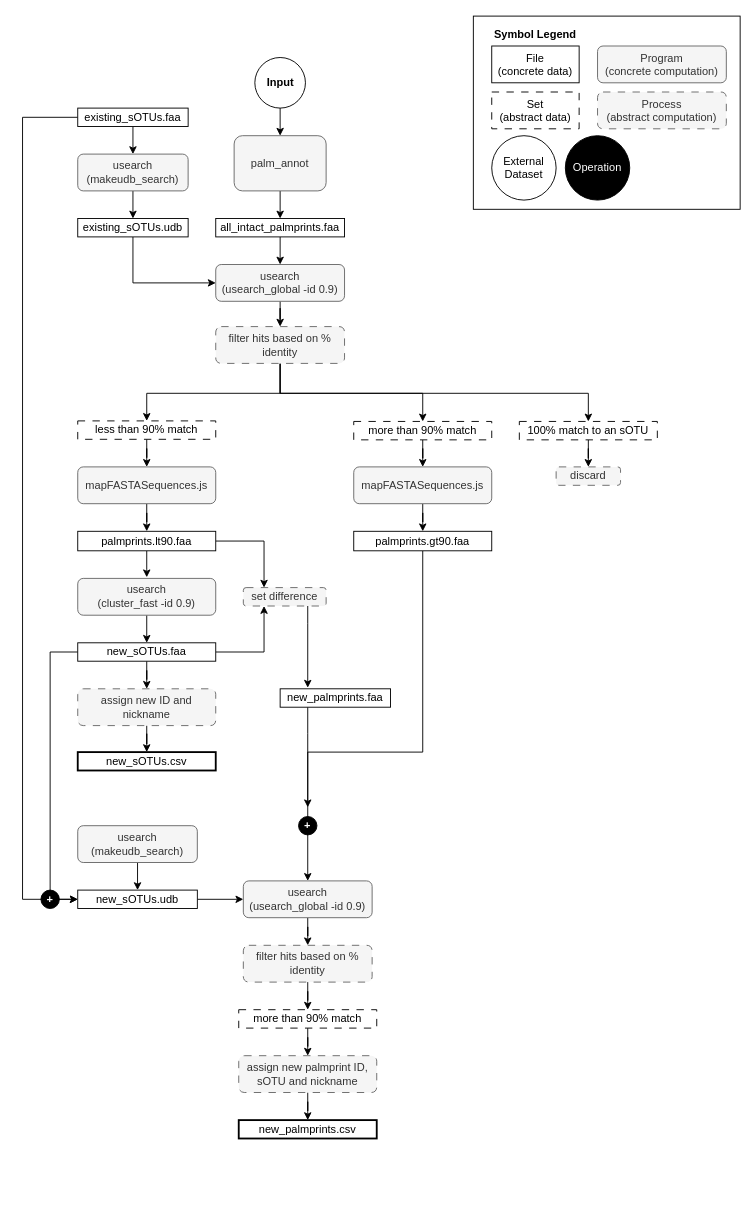
serratus-bio/logan-backend keeps this draw.io diagram as script/palmdb/sOTU Assigment Workflow.drawio. Above is the earlier version. Source tidied: cells renumbered, new cells numbered last; positions are measured from the earlier drawing's top-left corner, leaving out a move shared by most shapes. Both pictures are drawn from the tidied source at 92%, with x=0, y=0 at pixel (22, 16).
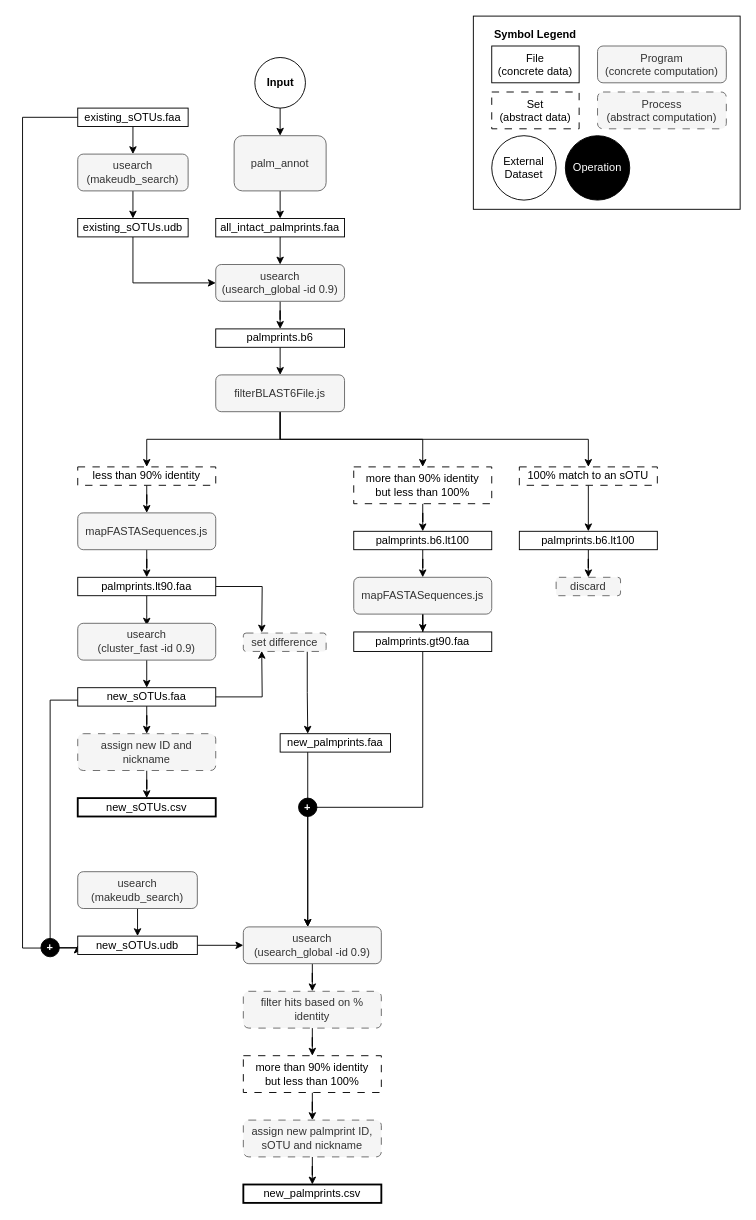
The same diagram, later.

The change refers to these unchanged cells:
```xml
<mxCell id="11" value="&lt;div&gt;existing_sOTUs.faa&lt;/div&gt;" style="rounded=0;whiteSpace=wrap;html=1;" parent="1" vertex="1">
  <mxGeometry x="60" y="100" width="120" height="20" as="geometry" />
</mxCell>
<mxCell id="17" value="&lt;div&gt;usearch&lt;/div&gt;&lt;div&gt;(usearch_global -id 0.9)&lt;br&gt;&lt;/div&gt;" style="rounded=1;whiteSpace=wrap;html=1;fillColor=#f5f5f5;strokeColor=#666666;fontColor=#333333;" parent="1" vertex="1">
  <mxGeometry x="210" y="270" width="140" height="40" as="geometry" />
</mxCell>
```

What changed in the source:
```diff
@@
     <mxCell id="10" style="edgeStyle=orthogonalEdgeStyle;rounded=0;jettySize=auto;html=1;entryX=0;entryY=0.5;entryDx=0;entryDy=0;" parent="1" edge="1" source="11" target="58">
       <mxGeometry relative="1" as="geometry">
         <Array as="points">
           <mxPoint y="110" />
-          <mxPoint y="960" />
+          <mxPoint y="1013" />
+          <mxPoint x="60" y="1013" />
         </Array>
       </mxGeometry>
     </mxCell>
@@
-    <mxCell id="16" style="edgeStyle=orthogonalEdgeStyle;rounded=0;jettySize=auto;html=1;entryX=0.5;entryY=0;entryDx=0;entryDy=0;" parent="1" edge="1" source="17" target="29">
-      <mxGeometry relative="1" as="geometry" />
-    </mxCell>
+    <mxCell id="73" style="edgeStyle=orthogonalEdgeStyle;rounded=0;jettySize=auto;html=1;entryX=0.5;entryY=0;entryDx=0;entryDy=0;" parent="1" edge="1" source="17" target="80">
+      <mxGeometry relative="1" as="geometry" />
+    </mxCell>
@@
-    <mxCell id="25" value="&lt;div&gt;&lt;span style=&quot;background-color: initial;&quot;&gt;less than 90% match&lt;/span&gt;&lt;br&gt;&lt;/div&gt;" style="rounded=0;whiteSpace=wrap;html=1;dashed=1;dashPattern=8 8;" parent="1" vertex="1">
-      <mxGeometry x="60" y="440" width="150" height="20" as="geometry" />
+    <mxCell id="25" value="&lt;div&gt;&lt;span style=&quot;background-color: initial;&quot;&gt;less than 90% identity&lt;/span&gt;&lt;br&gt;&lt;/div&gt;" style="rounded=0;whiteSpace=wrap;html=1;dashed=1;dashPattern=8 8;" parent="1" vertex="1">
+      <mxGeometry x="60" y="490" width="150" height="20" as="geometry" />
     </mxCell>
-    <mxCell id="26" style="edgeStyle=orthogonalEdgeStyle;rounded=0;jettySize=auto;html=1;entryX=0.5;entryY=0;entryDx=0;entryDy=0;" parent="1" edge="1" source="29" target="25">
+    <mxCell id="26" style="edgeStyle=orthogonalEdgeStyle;rounded=0;jettySize=auto;html=1;entryX=0.5;entryY=0;entryDx=0;entryDy=0;" parent="1" edge="1" target="25">
       <mxGeometry relative="1" as="geometry">
+        <mxPoint x="280" y="430" as="sourcePoint" />
         <Array as="points">
-          <mxPoint x="280" y="410" />
-          <mxPoint x="135" y="410" />
+          <mxPoint x="280" y="460" />
+          <mxPoint x="135" y="460" />
         </Array>
       </mxGeometry>
     </mxCell>
-    <mxCell id="27" style="edgeStyle=orthogonalEdgeStyle;rounded=0;jettySize=auto;html=1;entryX=0.5;entryY=0;entryDx=0;entryDy=0;" parent="1" edge="1" source="29" target="44">
+    <mxCell id="27" style="edgeStyle=orthogonalEdgeStyle;rounded=0;jettySize=auto;html=1;entryX=0.5;entryY=0;entryDx=0;entryDy=0;" parent="1" edge="1" target="44">
       <mxGeometry relative="1" as="geometry">
+        <mxPoint x="280" y="430" as="sourcePoint" />
         <Array as="points">
-          <mxPoint x="280" y="410" />
-          <mxPoint x="435" y="410" />
+          <mxPoint x="280" y="460" />
+          <mxPoint x="435" y="460" />
         </Array>
       </mxGeometry>
     </mxCell>
-    <mxCell id="28" style="edgeStyle=orthogonalEdgeStyle;rounded=0;jettySize=auto;html=1;entryX=0.5;entryY=0;entryDx=0;entryDy=0;" parent="1" edge="1" source="29" target="50">
+    <mxCell id="28" style="edgeStyle=orthogonalEdgeStyle;rounded=0;jettySize=auto;html=1;entryX=0.5;entryY=0;entryDx=0;entryDy=0;" parent="1" edge="1" target="50">
       <mxGeometry relative="1" as="geometry">
+        <mxPoint x="280" y="430" as="sourcePoint" />
         <Array as="points">
-          <mxPoint x="280" y="410" />
-          <mxPoint x="615" y="410" />
+          <mxPoint x="280" y="460" />
+          <mxPoint x="615" y="460" />
         </Array>
       </mxGeometry>
     </mxCell>
-    <mxCell id="29" value="filter hits based on % identity" style="rounded=1;whiteSpace=wrap;html=1;fillColor=#f5f5f5;strokeColor=#666666;fontColor=#333333;dashed=1;dashPattern=8 8;" parent="1" vertex="1">
-      <mxGeometry x="210" y="337.5" width="140" height="40" as="geometry" />
-    </mxCell>
@@
     <mxCell id="31" value="mapFASTASequences.js" style="rounded=1;whiteSpace=wrap;html=1;fillColor=#f5f5f5;strokeColor=#666666;fontColor=#333333;" parent="1" vertex="1">
-      <mxGeometry x="60" y="490" width="150" height="40" as="geometry" />
+      <mxGeometry x="60" y="540" width="150" height="40" as="geometry" />
     </mxCell>
-    <mxCell id="32" style="edgeStyle=orthogonalEdgeStyle;rounded=0;jettySize=auto;html=1;entryX=0.25;entryY=0;entryDx=0;entryDy=0;" parent="1" edge="1" source="34" target="52">
-      <mxGeometry relative="1" as="geometry" />
-    </mxCell>
     <mxCell id="33" style="edgeStyle=orthogonalEdgeStyle;rounded=0;jettySize=auto;html=1;" parent="1" edge="1" source="34">
       <mxGeometry relative="1" as="geometry">
-        <mxPoint x="135" y="610" as="targetPoint" />
+        <mxPoint x="135" y="662.5" as="targetPoint" />
       </mxGeometry>
     </mxCell>
+    <mxCell id="74" style="edgeStyle=orthogonalEdgeStyle;rounded=0;jettySize=auto;html=1;" parent="1" edge="1" source="34">
+      <mxGeometry relative="1" as="geometry">
+        <mxPoint x="260" y="670" as="targetPoint" />
+      </mxGeometry>
+    </mxCell>
     <mxCell id="34" value="&lt;div&gt;palmprints.lt90.faa&lt;/div&gt;" style="rounded=0;whiteSpace=wrap;html=1;" parent="1" vertex="1">
-      <mxGeometry x="60" y="560" width="150" height="21.2" as="geometry" />
+      <mxGeometry x="60" y="610" width="150" height="20" as="geometry" />
     </mxCell>
@@
     <mxCell id="36" value="&lt;div&gt;usearch&lt;/div&gt;&lt;div&gt;(cluster_fast -id 0.9)&lt;br&gt;&lt;/div&gt;" style="rounded=1;whiteSpace=wrap;html=1;fillColor=#f5f5f5;strokeColor=#666666;fontColor=#333333;" parent="1" vertex="1">
-      <mxGeometry x="60" y="611.2" width="150" height="40" as="geometry" />
+      <mxGeometry x="60" y="660" width="150" height="40" as="geometry" />
     </mxCell>
@@
-    <mxCell id="38" style="edgeStyle=orthogonalEdgeStyle;rounded=0;jettySize=auto;html=1;entryX=0.25;entryY=1;entryDx=0;entryDy=0;" parent="1" edge="1" source="40" target="52">
-      <mxGeometry relative="1" as="geometry" />
-    </mxCell>
     <mxCell id="39" style="edgeStyle=orthogonalEdgeStyle;rounded=0;jettySize=auto;html=1;entryX=0;entryY=0.5;entryDx=0;entryDy=0;" parent="1" edge="1" source="40" target="58">
       <mxGeometry relative="1" as="geometry">
         <Array as="points">
-          <mxPoint x="30" y="691" />
-          <mxPoint x="30" y="960" />
+          <mxPoint x="30" y="743.5" />
+          <mxPoint x="30" y="1012.5" />
         </Array>
       </mxGeometry>
     </mxCell>
     <mxCell id="40" value="&lt;div&gt;new_sOTUs.faa&lt;/div&gt;" style="rounded=0;whiteSpace=wrap;html=1;" parent="1" vertex="1">
-      <mxGeometry x="60" y="681.2" width="150" height="20" as="geometry" />
+      <mxGeometry x="60" y="730" width="150" height="20" as="geometry" />
     </mxCell>
@@
     <mxCell id="42" value="assign new ID and nickname" style="rounded=1;whiteSpace=wrap;html=1;fillColor=#f5f5f5;strokeColor=#666666;fontColor=#333333;dashed=1;dashPattern=8 8;" parent="1" vertex="1">
-      <mxGeometry x="60" y="731.2" width="150" height="40" as="geometry" />
+      <mxGeometry x="60" y="780" width="150" height="40" as="geometry" />
     </mxCell>
-    <mxCell id="43" style="edgeStyle=orthogonalEdgeStyle;rounded=0;jettySize=auto;html=1;entryX=0.5;entryY=0;entryDx=0;entryDy=0;" parent="1" edge="1" source="44" target="46">
-      <mxGeometry relative="1" as="geometry" />
-    </mxCell>
+    <mxCell id="75" style="edgeStyle=orthogonalEdgeStyle;rounded=0;jettySize=auto;html=1;entryX=0.5;entryY=0;entryDx=0;entryDy=0;" parent="1" edge="1" source="44" target="83">
+      <mxGeometry relative="1" as="geometry" />
+    </mxCell>
-    <mxCell id="44" value="&lt;div&gt;&lt;span style=&quot;background-color: initial;&quot;&gt;more than 90% match&lt;/span&gt;&lt;br&gt;&lt;/div&gt;" style="rounded=0;whiteSpace=wrap;html=1;dashed=1;dashPattern=8 8;" parent="1" vertex="1">
-      <mxGeometry x="360" y="440.6" width="150" height="20" as="geometry" />
+    <mxCell id="44" value="&lt;div&gt;&lt;span style=&quot;background-color: initial;&quot;&gt;more than 90% identity&lt;/span&gt;&lt;br&gt;&lt;/div&gt;&lt;div&gt;&lt;span style=&quot;background-color: initial;&quot;&gt;but less than 100%&lt;/span&gt;&lt;/div&gt;" style="rounded=0;whiteSpace=wrap;html=1;dashed=1;dashPattern=8 8;" parent="1" vertex="1">
+      <mxGeometry x="360" y="490" width="150" height="40" as="geometry" />
     </mxCell>
@@
     <mxCell id="46" value="mapFASTASequences.js" style="rounded=1;whiteSpace=wrap;html=1;fillColor=#f5f5f5;strokeColor=#666666;fontColor=#333333;" parent="1" vertex="1">
-      <mxGeometry x="360" y="490" width="150" height="40" as="geometry" />
+      <mxGeometry x="360" y="610" width="150" height="40" as="geometry" />
     </mxCell>
-    <mxCell id="47" style="edgeStyle=orthogonalEdgeStyle;rounded=0;jettySize=auto;html=1;" parent="1" edge="1" source="48">
-      <mxGeometry relative="1" as="geometry">
-        <mxPoint x="310" y="860" as="targetPoint" />
-        <Array as="points">
-          <mxPoint x="435" y="800" />
-          <mxPoint x="310" y="800" />
-        </Array>
-      </mxGeometry>
-    </mxCell>
+    <mxCell id="76" style="edgeStyle=orthogonalEdgeStyle;rounded=0;jettySize=auto;html=1;" parent="1" edge="1" source="48">
+      <mxGeometry relative="1" as="geometry">
+        <mxPoint x="310" y="990" as="targetPoint" />
+        <Array as="points">
+          <mxPoint x="435" y="860" />
+          <mxPoint x="310" y="860" />
+        </Array>
+      </mxGeometry>
+    </mxCell>
     <mxCell id="48" value="&lt;div&gt;palmprints.gt90.faa&lt;/div&gt;" style="rounded=0;whiteSpace=wrap;html=1;" parent="1" vertex="1">
-      <mxGeometry x="360" y="560" width="150" height="21.2" as="geometry" />
+      <mxGeometry x="360" y="669.4" width="150" height="21.2" as="geometry" />
     </mxCell>
-    <mxCell id="49" style="edgeStyle=orthogonalEdgeStyle;rounded=0;jettySize=auto;html=1;entryX=0.5;entryY=0;entryDx=0;entryDy=0;" parent="1" edge="1" source="50" target="51">
-      <mxGeometry relative="1" as="geometry" />
-    </mxCell>
+    <mxCell id="77" style="edgeStyle=orthogonalEdgeStyle;rounded=0;jettySize=auto;html=1;entryX=0.5;entryY=0;entryDx=0;entryDy=0;" parent="1" edge="1" source="50" target="85">
+      <mxGeometry relative="1" as="geometry" />
+    </mxCell>
     <mxCell id="50" value="&lt;div&gt;&lt;span style=&quot;background-color: initial;&quot;&gt;100% match to an sOTU&lt;/span&gt;&lt;br&gt;&lt;/div&gt;" style="rounded=0;whiteSpace=wrap;html=1;dashed=1;dashPattern=8 8;" parent="1" vertex="1">
-      <mxGeometry x="540" y="440.6" width="150" height="20" as="geometry" />
+      <mxGeometry x="540" y="490" width="150" height="20" as="geometry" />
     </mxCell>
     <mxCell id="51" value="discard" style="rounded=1;whiteSpace=wrap;html=1;fillColor=#f5f5f5;strokeColor=#666666;fontColor=#333333;dashed=1;dashPattern=8 8;" parent="1" vertex="1">
-      <mxGeometry x="580" y="490" width="70" height="20" as="geometry" />
+      <mxGeometry x="580" y="610" width="70" height="20" as="geometry" />
     </mxCell>
+    <mxCell id="78" style="edgeStyle=orthogonalEdgeStyle;rounded=0;jettySize=auto;html=1;exitX=0.772;exitY=1.006;exitDx=0;exitDy=0;entryX=0.25;entryY=0;entryDx=0;entryDy=0;exitPerimeter=0;" parent="1" edge="1" source="52" target="54">
+      <mxGeometry relative="1" as="geometry" />
+    </mxCell>
     <mxCell id="52" value="set difference" style="rounded=1;whiteSpace=wrap;html=1;fillColor=#f5f5f5;strokeColor=#666666;fontColor=#333333;dashed=1;dashPattern=8 8;" parent="1" vertex="1">
-      <mxGeometry x="240" y="621.2" width="90" height="20" as="geometry" />
+      <mxGeometry x="240" y="670.6" width="90" height="20" as="geometry" />
     </mxCell>
     <mxCell id="53" style="edgeStyle=orthogonalEdgeStyle;rounded=0;jettySize=auto;html=1;" parent="1" edge="1" source="54" target="62">
       <mxGeometry relative="1" as="geometry">
         <Array as="points">
-          <mxPoint x="310" y="780" />
-          <mxPoint x="310" y="780" />
+          <mxPoint x="310" y="832.5" />
+          <mxPoint x="310" y="832.5" />
         </Array>
       </mxGeometry>
     </mxCell>
     <mxCell id="54" value="&lt;div&gt;new_palmprints.faa&lt;/div&gt;" style="rounded=0;whiteSpace=wrap;html=1;" parent="1" vertex="1">
-      <mxGeometry x="280" y="731.2" width="120" height="20" as="geometry" />
+      <mxGeometry x="280" y="780" width="120" height="20" as="geometry" />
     </mxCell>
@@
     <mxCell id="56" value="&lt;div&gt;usearch&lt;/div&gt;&lt;div&gt;(makeudb_search)&lt;br&gt;&lt;/div&gt;" style="rounded=1;whiteSpace=wrap;html=1;fillColor=#f5f5f5;strokeColor=#666666;fontColor=#333333;" parent="1" vertex="1">
-      <mxGeometry x="60" y="880" width="130" height="40" as="geometry" />
+      <mxGeometry x="60" y="930" width="130" height="40" as="geometry" />
     </mxCell>
@@
     <mxCell id="58" value="&lt;div&gt;new_sOTUs.udb&lt;/div&gt;" style="rounded=0;whiteSpace=wrap;html=1;" parent="1" vertex="1">
-      <mxGeometry x="60" y="950" width="130" height="20" as="geometry" />
+      <mxGeometry x="60" y="1000" width="130" height="20" as="geometry" />
     </mxCell>
@@
     <mxCell id="60" value="&lt;b&gt;+&lt;/b&gt;" style="ellipse;whiteSpace=wrap;html=1;fillStyle=auto;fillColor=#000000;fontColor=#FFFFFF;" parent="1" vertex="1">
-      <mxGeometry x="20" y="950" width="20" height="20" as="geometry" />
+      <mxGeometry x="20" y="1002.5" width="20" height="20" as="geometry" />
     </mxCell>
@@
     <mxCell id="62" value="&lt;div&gt;usearch&lt;/div&gt;&lt;div&gt;(usearch_global -id 0.9)&lt;br&gt;&lt;/div&gt;" style="rounded=1;whiteSpace=wrap;html=1;fillColor=#f5f5f5;strokeColor=#666666;fontColor=#333333;" parent="1" vertex="1">
-      <mxGeometry x="240" y="940" width="140" height="40" as="geometry" />
+      <mxGeometry x="240" y="990" width="150" height="40" as="geometry" />
     </mxCell>
     <mxCell id="63" value="&lt;b&gt;+&lt;/b&gt;" style="ellipse;whiteSpace=wrap;html=1;fillStyle=auto;fillColor=#000000;fontColor=#FFFFFF;" parent="1" vertex="1">
-      <mxGeometry x="300" y="870" width="20" height="20" as="geometry" />
+      <mxGeometry x="300" y="850" width="20" height="20" as="geometry" />
     </mxCell>
-    <mxCell id="64" style="edgeStyle=orthogonalEdgeStyle;rounded=0;jettySize=auto;html=1;" parent="1" edge="1" source="52">
-      <mxGeometry relative="1" as="geometry">
-        <mxPoint x="310" y="730" as="targetPoint" />
-        <Array as="points">
-          <mxPoint x="310" y="660" />
-          <mxPoint x="310" y="660" />
-        </Array>
-      </mxGeometry>
-    </mxCell>
@@
     <mxCell id="66" value="filter hits based on % identity" style="rounded=1;whiteSpace=wrap;html=1;fillColor=#f5f5f5;strokeColor=#666666;fontColor=#333333;dashed=1;dashPattern=8 8;" parent="1" vertex="1">
-      <mxGeometry x="240" y="1010" width="140" height="40" as="geometry" />
+      <mxGeometry x="240" y="1060" width="150" height="40" as="geometry" />
     </mxCell>
@@
-    <mxCell id="68" value="&lt;div&gt;&lt;span style=&quot;background-color: initial;&quot;&gt;more than 90% match&lt;/span&gt;&lt;br&gt;&lt;/div&gt;" style="rounded=0;whiteSpace=wrap;html=1;dashed=1;dashPattern=8 8;" parent="1" vertex="1">
-      <mxGeometry x="235" y="1080" width="150" height="20" as="geometry" />
+    <mxCell id="68" value="&lt;div&gt;&lt;span style=&quot;background-color: initial;&quot;&gt;more than 90% identity&lt;/span&gt;&lt;br&gt;&lt;/div&gt;&lt;div&gt;&lt;span style=&quot;background-color: initial;&quot;&gt;but less than 100%&lt;/span&gt;&lt;/div&gt;" style="rounded=0;whiteSpace=wrap;html=1;dashed=1;dashPattern=8 8;" parent="1" vertex="1">
+      <mxGeometry x="240" y="1130" width="150" height="40" as="geometry" />
     </mxCell>
@@
     <mxCell id="70" value="assign new palmprint ID, sOTU and nickname" style="rounded=1;whiteSpace=wrap;html=1;fillColor=#f5f5f5;strokeColor=#666666;fontColor=#333333;dashed=1;dashPattern=8 8;" parent="1" vertex="1">
-      <mxGeometry x="235" y="1130" width="150" height="40" as="geometry" />
+      <mxGeometry x="240" y="1200" width="150" height="40" as="geometry" />
     </mxCell>
     <mxCell id="71" value="&lt;div&gt;new_sOTUs.csv&lt;/div&gt;" style="rounded=0;whiteSpace=wrap;html=1;strokeWidth=2;" parent="1" vertex="1">
-      <mxGeometry x="60" y="800" width="150" height="20" as="geometry" />
+      <mxGeometry x="60" y="850" width="150" height="20" as="geometry" />
     </mxCell>
     <mxCell id="72" value="&lt;div&gt;new_palmprints.csv&lt;/div&gt;" style="rounded=0;whiteSpace=wrap;html=1;strokeWidth=2;" parent="1" vertex="1">
-      <mxGeometry x="235" y="1200" width="150" height="20" as="geometry" />
+      <mxGeometry x="240" y="1270" width="150" height="20" as="geometry" />
     </mxCell>
+    <mxCell id="79" style="edgeStyle=orthogonalEdgeStyle;rounded=0;jettySize=auto;html=1;entryX=0.5;entryY=0;entryDx=0;entryDy=0;" parent="1" edge="1" source="80">
+      <mxGeometry relative="1" as="geometry">
+        <mxPoint x="280" y="390" as="targetPoint" />
+      </mxGeometry>
+    </mxCell>
+    <mxCell id="80" value="&lt;div&gt;palmprints.b6&lt;/div&gt;" style="rounded=0;whiteSpace=wrap;html=1;" parent="1" vertex="1">
+      <mxGeometry x="210" y="340" width="140" height="20" as="geometry" />
+    </mxCell>
+    <mxCell id="81" value="filterBLAST6File.js" style="rounded=1;whiteSpace=wrap;html=1;fillColor=#f5f5f5;strokeColor=#666666;fontColor=#333333;" parent="1" vertex="1">
+      <mxGeometry x="210" y="390" width="140" height="40" as="geometry" />
+    </mxCell>
+    <mxCell id="82" style="edgeStyle=orthogonalEdgeStyle;rounded=0;jettySize=auto;html=1;entryX=0.5;entryY=0;entryDx=0;entryDy=0;" parent="1" edge="1" source="83" target="46">
+      <mxGeometry relative="1" as="geometry" />
+    </mxCell>
+    <mxCell id="83" value="&lt;div&gt;palmprints.b6.lt100&lt;/div&gt;" style="rounded=0;whiteSpace=wrap;html=1;" parent="1" vertex="1">
+      <mxGeometry x="360" y="560" width="150" height="20" as="geometry" />
+    </mxCell>
+    <mxCell id="84" style="edgeStyle=orthogonalEdgeStyle;rounded=0;jettySize=auto;html=1;entryX=0.5;entryY=0;entryDx=0;entryDy=0;" parent="1" edge="1" source="85" target="51">
+      <mxGeometry relative="1" as="geometry" />
+    </mxCell>
+    <mxCell id="85" value="&lt;div&gt;palmprints.b6.lt100&lt;/div&gt;" style="rounded=0;whiteSpace=wrap;html=1;" parent="1" vertex="1">
+      <mxGeometry x="540" y="560" width="150" height="20" as="geometry" />
+    </mxCell>
+    <mxCell id="86" style="edgeStyle=orthogonalEdgeStyle;rounded=0;jettySize=auto;html=1;" parent="1" edge="1" source="40">
+      <mxGeometry relative="1" as="geometry">
+        <mxPoint x="260" y="690" as="targetPoint" />
+      </mxGeometry>
+    </mxCell>
```
